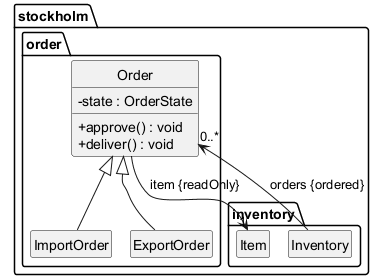
Before: docs/images/OrderClassDiagram.png, a diagram exported from PlantUML (AY2627S1-CS2113-W14-4/tp).
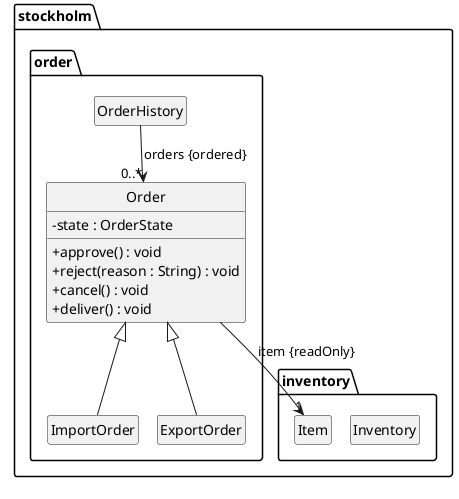
After the change.

Diff of the diagram source:
```diff
@@ -8,8 +8,12 @@
     class Order {
         - state : OrderState
         + approve() : void
+        + reject(reason : String) : void
+        + cancel() : void
         + deliver() : void
     }
+
+    class OrderHistory
 
     class ImportOrder
     class ExportOrder
@@ -23,5 +27,5 @@
 Order <|-- ImportOrder
 Order <|-- ExportOrder
 Order --> "1" Item : item {readOnly}
-Inventory --> "0..*" Order : orders {ordered}
+OrderHistory --> "0..*" Order : orders {ordered}
 @enduml
```
